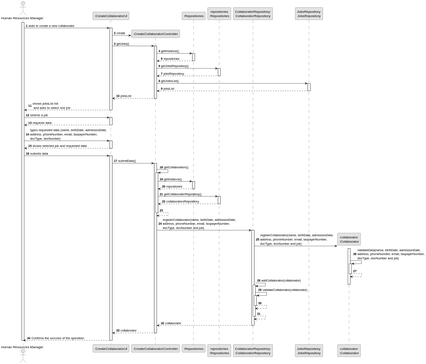
This is docs/sprintC/us003/03.design/svg/us003-sequence-diagram-full.svg from SAEmanuel/Green_Spaces_Management_ISEP, a PlantUML export, as it was before one commit.
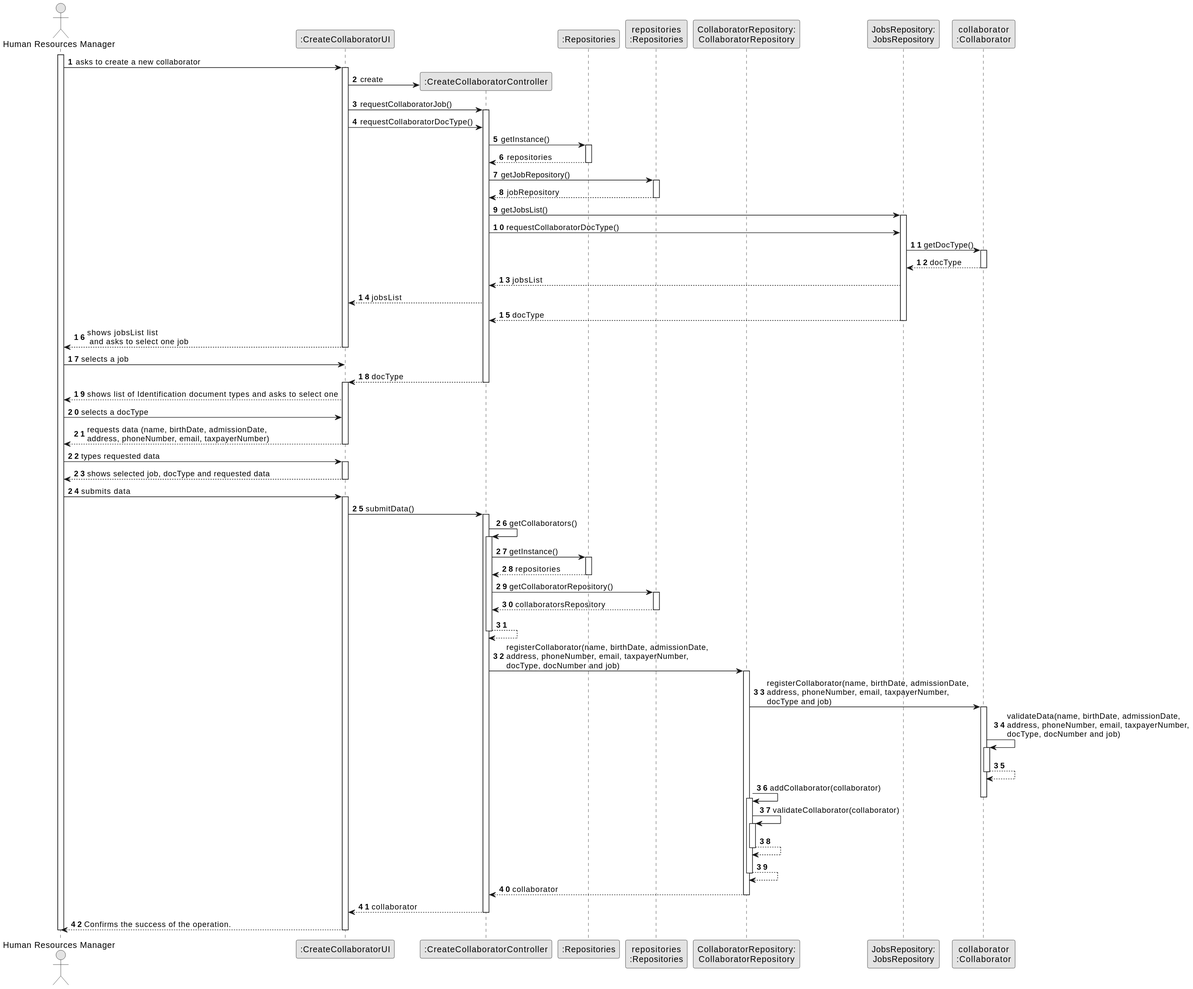
After the change.

Commit message:
Collaborator domain model, SSD and design update

The edit, as a diff of the source:
```diff
@@ -22,8 +22,10 @@
 
             UI -> CTRL** : create
 
-                UI -> CTRL : getJobs()
+                UI -> CTRL : requestCollaboratorJob()
                 activate CTRL
+                UI -> CTRL : requestCollaboratorDocType()
+
 
                 CTRL -> RepositorySingleton : getInstance()
                                 activate RepositorySingleton
@@ -31,34 +33,48 @@
                                     RepositorySingleton --> CTRL: repositories
                                 deactivate RepositorySingleton
 
-                                CTRL -> PLAT : getJobsRepository()
+                                CTRL -> PLAT : getJobRepository()
                                 activate PLAT
 
-                                    PLAT --> CTRL: jobsRepository
+                                    PLAT --> CTRL: jobRepository
                                 deactivate PLAT
 
                 CTRL -> JobsRepository : getJobsList()
                 activate JobsRepository
+                CTRL -> JobsRepository : requestCollaboratorDocType()
 
-                    JobsRepository --> CTRL : jobsList
+                JobsRepository -> Collaborator : getDocType()
+                activate Collaborator
+
+                Collaborator --> JobsRepository : docType
+                deactivate Collaborator
+
+
+                JobsRepository --> CTRL : jobsList
+
+
+                CTRL --> UI : jobsList
+                JobsRepository --> CTRL: docType
                 deactivate JobsRepository
 
-                CTRL --> UI : jobsList
-            deactivate CTRL
 
             UI --> HRM : shows jobsList list\n and asks to select one job
         deactivate UI
 
     HRM -> UI : selects a job
+    CTRL --> UI : docType
+            deactivate CTRL
     activate UI
 
-        UI --> HRM : requests data
+            UI --> HRM : shows list of Identification document types and asks to select one
+            HRM -> UI: selects a docType
+        UI --> HRM : requests data (name, birthDate, admissionDate,\naddress, phoneNumber, email, taxpayerNumber)
     deactivate UI
 
-    HRM -> UI : types requested data (name, birthDate, admissionDate,\naddress, phoneNumber, email, taxpayerNumber,\ndocType, docNumber)
+    HRM -> UI : types requested data
     activate UI
 
-        UI --> HRM : shows selected job and requested data
+        UI --> HRM : shows selected job, docType and requested data
     deactivate UI
 
     HRM -> UI : submits data
@@ -91,7 +107,7 @@
 
             activate CollaboratorRepository
 
-            CollaboratorRepository -> Collaborator** : registerCollaborator(name, birthDate, admissionDate,\naddress, phoneNumber, email, taxpayerNumber,\ndocType, docNumber and job)
+            CollaboratorRepository -> Collaborator : registerCollaborator(name, birthDate, admissionDate,\naddress, phoneNumber, email, taxpayerNumber,\ndocType and job)
 
             activate Collaborator
 
```
